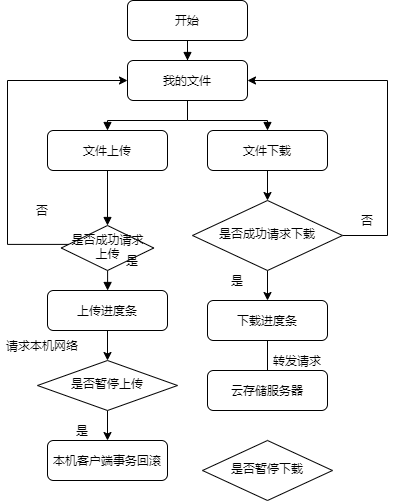
Before: 文件上传下载流程图.png, a diagram exported from draw.io (deepinsea/draw). Source tidied: cells renumbered, new cells last; positions are measured from the earlier drawing's top-left corner, leaving out a move shared by most shapes. The source it was exported from:
```xml
<mxGraphModel>
  <root>
    <mxCell id="0" />
    <mxCell id="1" parent="0" />
    <mxCell id="2" style="edgeStyle=orthogonalEdgeStyle;rounded=0;jettySize=auto;html=1;entryX=0.5;entryY=0;entryDx=0;entryDy=0;endArrow=block;endFill=1;" parent="1" edge="1" source="6" target="15">
      <mxGeometry relative="1" as="geometry" />
    </mxCell>
    <mxCell id="3" style="edgeStyle=orthogonalEdgeStyle;rounded=0;jettySize=auto;html=1;entryX=0.5;entryY=0;entryDx=0;entryDy=0;endArrow=block;endFill=1;" parent="1" edge="1" source="6" target="8">
      <mxGeometry relative="1" as="geometry" />
    </mxCell>
    <mxCell id="4" style="edgeStyle=orthogonalEdgeStyle;rounded=0;jettySize=auto;html=1;endArrow=none;endFill=0;startArrow=classic;startFill=1;" parent="1" edge="1" source="6">
      <mxGeometry relative="1" as="geometry">
        <mxPoint x="2" y="80" as="targetPoint" />
      </mxGeometry>
    </mxCell>
    <mxCell id="5" style="edgeStyle=orthogonalEdgeStyle;rounded=0;jettySize=auto;html=1;startArrow=classic;startFill=1;endArrow=none;endFill=0;" parent="1" edge="1" source="6">
      <mxGeometry relative="1" as="geometry">
        <mxPoint x="382" y="80" as="targetPoint" />
      </mxGeometry>
    </mxCell>
    <mxCell id="6" value="我的文件" style="rounded=1;whiteSpace=wrap;html=1;fontSize=12;glass=0;strokeWidth=1;shadow=0;" parent="1" vertex="1">
      <mxGeometry x="122" y="60" width="120" height="40" as="geometry" />
    </mxCell>
    <mxCell id="7" style="edgeStyle=orthogonalEdgeStyle;rounded=0;jettySize=auto;html=1;entryX=0.5;entryY=0;entryDx=0;entryDy=0;startArrow=none;startFill=0;endArrow=classic;endFill=1;" parent="1" edge="1" source="8" target="22">
      <mxGeometry relative="1" as="geometry" />
    </mxCell>
    <mxCell id="8" value="文件下载" style="rounded=1;whiteSpace=wrap;html=1;fontSize=12;glass=0;strokeWidth=1;shadow=0;" parent="1" vertex="1">
      <mxGeometry x="202" y="130" width="120" height="40" as="geometry" />
    </mxCell>
    <mxCell id="9" style="edgeStyle=orthogonalEdgeStyle;rounded=0;jettySize=auto;html=1;entryX=0.5;entryY=0;entryDx=0;entryDy=0;endArrow=block;endFill=1;" parent="1" edge="1" source="10" target="12">
      <mxGeometry relative="1" as="geometry" />
    </mxCell>
    <mxCell id="10" value="是否成功请求上传" style="rhombus;whiteSpace=wrap;html=1;shadow=0;fontFamily=Helvetica;fontSize=12;align=center;strokeWidth=1;spacing=6;spacingTop=-4;" parent="1" vertex="1">
      <mxGeometry x="55.8" y="225" width="92.5" height="45" as="geometry" />
    </mxCell>
    <mxCell id="11" style="edgeStyle=orthogonalEdgeStyle;rounded=0;jettySize=auto;html=1;entryX=0.5;entryY=0;entryDx=0;entryDy=0;" parent="1" edge="1" source="12">
      <mxGeometry relative="1" as="geometry">
        <mxPoint x="102" y="360" as="targetPoint" />
      </mxGeometry>
    </mxCell>
    <mxCell id="12" value="上传进度条" style="rounded=1;whiteSpace=wrap;html=1;fontSize=12;glass=0;strokeWidth=1;shadow=0;" parent="1" vertex="1">
      <mxGeometry x="42" y="290" width="120" height="40" as="geometry" />
    </mxCell>
    <mxCell id="13" style="edgeStyle=orthogonalEdgeStyle;rounded=0;jettySize=auto;html=1;entryX=0.5;entryY=0;entryDx=0;entryDy=0;endArrow=block;endFill=1;" parent="1" edge="1" source="15" target="10">
      <mxGeometry relative="1" as="geometry" />
    </mxCell>
    <mxCell id="14" style="edgeStyle=orthogonalEdgeStyle;rounded=0;jettySize=auto;html=1;endArrow=none;endFill=0;exitX=0.078;exitY=0.42;exitDx=0;exitDy=0;exitPerimeter=0;" parent="1" edge="1" source="10">
      <mxGeometry relative="1" as="geometry">
        <mxPoint x="2" y="80" as="targetPoint" />
      </mxGeometry>
    </mxCell>
    <mxCell id="15" value="文件上传" style="rounded=1;whiteSpace=wrap;html=1;fontSize=12;glass=0;strokeWidth=1;shadow=0;" parent="1" vertex="1">
      <mxGeometry x="42" y="130" width="120" height="40" as="geometry" />
    </mxCell>
    <mxCell id="16" style="edgeStyle=orthogonalEdgeStyle;rounded=0;jettySize=auto;html=1;entryX=0.5;entryY=0;entryDx=0;entryDy=0;endArrow=block;endFill=1;" parent="1" edge="1" source="17" target="6">
      <mxGeometry relative="1" as="geometry" />
    </mxCell>
    <mxCell id="17" value="开始" style="rounded=1;whiteSpace=wrap;html=1;fontSize=12;glass=0;strokeWidth=1;shadow=0;" parent="1" vertex="1">
      <mxGeometry x="122" width="120" height="40" as="geometry" />
    </mxCell>
    <mxCell id="18" value="是" style="text;html=1;strokeColor=none;fillColor=none;align=center;verticalAlign=middle;whiteSpace=wrap;rounded=0;" parent="1" vertex="1">
      <mxGeometry x="107" y="250" width="40" height="20" as="geometry" />
    </mxCell>
    <mxCell id="19" value="否" style="text;html=1;strokeColor=none;fillColor=none;align=center;verticalAlign=middle;whiteSpace=wrap;rounded=0;" parent="1" vertex="1">
      <mxGeometry x="17" y="200" width="40" height="20" as="geometry" />
    </mxCell>
    <mxCell id="20" style="edgeStyle=orthogonalEdgeStyle;rounded=0;jettySize=auto;html=1;startArrow=none;startFill=0;endArrow=none;endFill=0;" parent="1" edge="1" source="22">
      <mxGeometry relative="1" as="geometry">
        <mxPoint x="382" y="80" as="targetPoint" />
      </mxGeometry>
    </mxCell>
    <mxCell id="21" style="edgeStyle=orthogonalEdgeStyle;rounded=0;jettySize=auto;html=1;entryX=0.5;entryY=0;entryDx=0;entryDy=0;startArrow=none;startFill=0;endArrow=classic;endFill=1;" parent="1" edge="1" source="22" target="26">
      <mxGeometry relative="1" as="geometry" />
    </mxCell>
    <mxCell id="22" value="是否成功请求下载" style="rhombus;whiteSpace=wrap;html=1;shadow=0;fontFamily=Helvetica;fontSize=12;align=center;strokeWidth=1;spacing=6;spacingTop=-4;" parent="1" vertex="1">
      <mxGeometry x="187" y="200" width="150" height="70" as="geometry" />
    </mxCell>
    <mxCell id="23" value="否" style="text;html=1;strokeColor=none;fillColor=none;align=center;verticalAlign=middle;whiteSpace=wrap;rounded=0;" parent="1" vertex="1">
      <mxGeometry x="342" y="210" width="40" height="20" as="geometry" />
    </mxCell>
    <mxCell id="24" value="是" style="text;html=1;strokeColor=none;fillColor=none;align=center;verticalAlign=middle;whiteSpace=wrap;rounded=0;" parent="1" vertex="1">
      <mxGeometry x="212" y="270" width="40" height="20" as="geometry" />
    </mxCell>
    <mxCell id="25" style="edgeStyle=orthogonalEdgeStyle;rounded=0;jettySize=auto;html=1;startArrow=none;startFill=0;endArrow=classic;endFill=1;" parent="1" edge="1" source="26">
      <mxGeometry relative="1" as="geometry">
        <mxPoint x="262" y="380" as="targetPoint" />
      </mxGeometry>
    </mxCell>
    <mxCell id="26" value="下载进度条" style="rounded=1;whiteSpace=wrap;html=1;fontSize=12;glass=0;strokeWidth=1;shadow=0;" parent="1" vertex="1">
      <mxGeometry x="202" y="300" width="120" height="40" as="geometry" />
    </mxCell>
    <mxCell id="27" value="云存储服务器" style="rounded=1;whiteSpace=wrap;html=1;fontSize=12;glass=0;strokeWidth=1;shadow=0;" parent="1" vertex="1">
      <mxGeometry x="202" y="370" width="120" height="40" as="geometry" />
    </mxCell>
    <mxCell id="28" value="转发请求" style="text;html=1;strokeColor=none;fillColor=none;align=center;verticalAlign=middle;whiteSpace=wrap;rounded=0;" parent="1" vertex="1">
      <mxGeometry x="262" y="350" width="60" height="20" as="geometry" />
    </mxCell>
    <mxCell id="29" value="请求本机网络" style="text;html=1;strokeColor=none;fillColor=none;align=center;verticalAlign=middle;whiteSpace=wrap;rounded=0;" parent="1" vertex="1">
      <mxGeometry y="330" width="74" height="30" as="geometry" />
    </mxCell>
    <mxCell id="30" style="edgeStyle=orthogonalEdgeStyle;rounded=0;jettySize=auto;html=1;entryX=0.5;entryY=0;entryDx=0;entryDy=0;" parent="1" edge="1" source="31" target="33">
      <mxGeometry relative="1" as="geometry" />
    </mxCell>
    <mxCell id="31" value="是否暂停上传" style="rhombus;whiteSpace=wrap;html=1;shadow=0;fontFamily=Helvetica;fontSize=12;align=center;strokeWidth=1;spacing=6;spacingTop=-4;" parent="1" vertex="1">
      <mxGeometry x="32" y="360" width="140" height="50" as="geometry" />
    </mxCell>
    <mxCell id="32" value="是否暂停下载" style="rhombus;whiteSpace=wrap;html=1;shadow=0;fontFamily=Helvetica;fontSize=12;align=center;strokeWidth=1;spacing=6;spacingTop=-4;" parent="1" vertex="1">
      <mxGeometry x="197" y="440" width="130" height="60" as="geometry" />
    </mxCell>
    <mxCell id="33" value="本机客户端事务回滚" style="rounded=1;whiteSpace=wrap;html=1;fontSize=12;glass=0;strokeWidth=1;shadow=0;" parent="1" vertex="1">
      <mxGeometry x="42" y="440" width="120" height="40" as="geometry" />
    </mxCell>
    <mxCell id="34" value="是" style="text;html=1;strokeColor=none;fillColor=none;align=center;verticalAlign=middle;whiteSpace=wrap;rounded=0;" parent="1" vertex="1">
      <mxGeometry x="57" y="420" width="40" height="20" as="geometry" />
    </mxCell>
  </root>
</mxGraphModel>
```
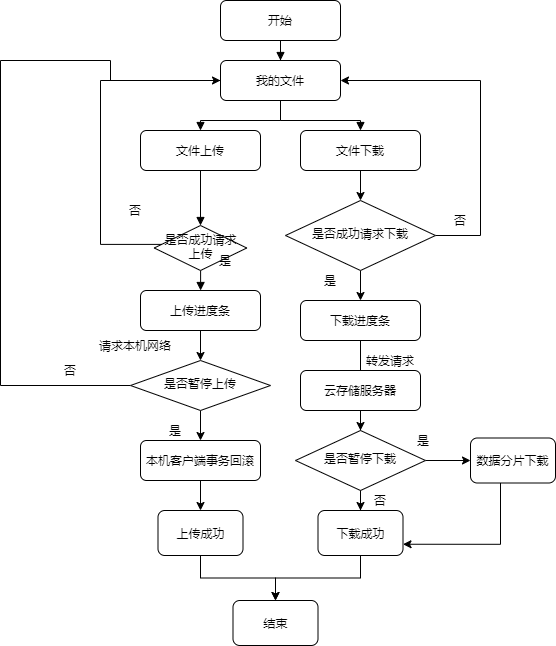
After the commit.

Commit message:
更新文件上传下载流程图.png

The edit, as a diff of the source:
```diff
@@ -18,6 +18,11 @@
         <mxPoint x="382" y="80" as="targetPoint" />
       </mxGeometry>
     </mxCell>
+    <mxCell id="35" style="edgeStyle=orthogonalEdgeStyle;rounded=0;jettySize=auto;html=1;endArrow=none;endFill=0;" parent="1" edge="1" source="6">
+      <mxGeometry relative="1" as="geometry">
+        <mxPoint x="-98" y="60" as="targetPoint" />
+      </mxGeometry>
+    </mxCell>
     <mxCell id="6" value="我的文件" style="rounded=1;whiteSpace=wrap;html=1;fontSize=12;glass=0;strokeWidth=1;shadow=0;" parent="1" vertex="1">
       <mxGeometry x="122" y="60" width="120" height="40" as="geometry" />
     </mxCell>
@@ -89,6 +94,9 @@
     <mxCell id="26" value="下载进度条" style="rounded=1;whiteSpace=wrap;html=1;fontSize=12;glass=0;strokeWidth=1;shadow=0;" parent="1" vertex="1">
       <mxGeometry x="202" y="300" width="120" height="40" as="geometry" />
     </mxCell>
+    <mxCell id="36" style="edgeStyle=orthogonalEdgeStyle;rounded=0;jettySize=auto;html=1;entryX=0.5;entryY=0;entryDx=0;entryDy=0;endArrow=classic;endFill=1;" parent="1" edge="1" source="27" target="32">
+      <mxGeometry relative="1" as="geometry" />
+    </mxCell>
     <mxCell id="27" value="云存储服务器" style="rounded=1;whiteSpace=wrap;html=1;fontSize=12;glass=0;strokeWidth=1;shadow=0;" parent="1" vertex="1">
       <mxGeometry x="202" y="370" width="120" height="40" as="geometry" />
     </mxCell>
@@ -101,17 +109,65 @@
     <mxCell id="30" style="edgeStyle=orthogonalEdgeStyle;rounded=0;jettySize=auto;html=1;entryX=0.5;entryY=0;entryDx=0;entryDy=0;" parent="1" edge="1" source="31" target="33">
       <mxGeometry relative="1" as="geometry" />
     </mxCell>
+    <mxCell id="37" style="edgeStyle=orthogonalEdgeStyle;rounded=0;jettySize=auto;html=1;endArrow=none;endFill=0;" parent="1" edge="1" source="31">
+      <mxGeometry relative="1" as="geometry">
+        <mxPoint x="-98" y="60" as="targetPoint" />
+      </mxGeometry>
+    </mxCell>
     <mxCell id="31" value="是否暂停上传" style="rhombus;whiteSpace=wrap;html=1;shadow=0;fontFamily=Helvetica;fontSize=12;align=center;strokeWidth=1;spacing=6;spacingTop=-4;" parent="1" vertex="1">
       <mxGeometry x="32" y="360" width="140" height="50" as="geometry" />
     </mxCell>
+    <mxCell id="38" style="edgeStyle=orthogonalEdgeStyle;rounded=0;jettySize=auto;html=1;entryX=0.5;entryY=0;entryDx=0;entryDy=0;endArrow=classic;endFill=1;" parent="1" edge="1" source="32" target="42">
+      <mxGeometry relative="1" as="geometry" />
+    </mxCell>
+    <mxCell id="39" style="edgeStyle=orthogonalEdgeStyle;rounded=0;jettySize=auto;html=1;entryX=0;entryY=0.5;entryDx=0;entryDy=0;endArrow=classic;endFill=1;" parent="1" edge="1" source="32" target="48">
+      <mxGeometry relative="1" as="geometry" />
+    </mxCell>
     <mxCell id="32" value="是否暂停下载" style="rhombus;whiteSpace=wrap;html=1;shadow=0;fontFamily=Helvetica;fontSize=12;align=center;strokeWidth=1;spacing=6;spacingTop=-4;" parent="1" vertex="1">
-      <mxGeometry x="197" y="440" width="130" height="60" as="geometry" />
+      <mxGeometry x="197" y="430" width="130" height="60" as="geometry" />
     </mxCell>
+    <mxCell id="40" style="edgeStyle=orthogonalEdgeStyle;rounded=0;jettySize=auto;html=1;entryX=0.5;entryY=0;entryDx=0;entryDy=0;endArrow=classic;endFill=1;" parent="1" edge="1" source="33" target="44">
+      <mxGeometry relative="1" as="geometry" />
+    </mxCell>
     <mxCell id="33" value="本机客户端事务回滚" style="rounded=1;whiteSpace=wrap;html=1;fontSize=12;glass=0;strokeWidth=1;shadow=0;" parent="1" vertex="1">
       <mxGeometry x="42" y="440" width="120" height="40" as="geometry" />
     </mxCell>
     <mxCell id="34" value="是" style="text;html=1;strokeColor=none;fillColor=none;align=center;verticalAlign=middle;whiteSpace=wrap;rounded=0;" parent="1" vertex="1">
       <mxGeometry x="57" y="420" width="40" height="20" as="geometry" />
     </mxCell>
+    <mxCell id="41" style="edgeStyle=orthogonalEdgeStyle;rounded=0;jettySize=auto;html=1;entryX=0.5;entryY=0;entryDx=0;entryDy=0;endArrow=classic;endFill=1;" parent="1" edge="1" source="42" target="50">
+      <mxGeometry relative="1" as="geometry" />
+    </mxCell>
+    <mxCell id="42" value="下载成功" style="rounded=1;whiteSpace=wrap;html=1;fontSize=12;glass=0;strokeWidth=1;shadow=0;" parent="1" vertex="1">
+      <mxGeometry x="219.5" y="510" width="85" height="45" as="geometry" />
+    </mxCell>
+    <mxCell id="43" style="edgeStyle=orthogonalEdgeStyle;rounded=0;jettySize=auto;html=1;endArrow=classic;endFill=1;" parent="1" edge="1" source="44" target="50">
+      <mxGeometry relative="1" as="geometry" />
+    </mxCell>
+    <mxCell id="44" value="上传成功" style="rounded=1;whiteSpace=wrap;html=1;fontSize=12;glass=0;strokeWidth=1;shadow=0;" parent="1" vertex="1">
+      <mxGeometry x="59.5" y="510" width="85" height="45" as="geometry" />
+    </mxCell>
+    <mxCell id="45" value="否" style="text;html=1;strokeColor=none;fillColor=none;align=center;verticalAlign=middle;whiteSpace=wrap;rounded=0;" parent="1" vertex="1">
+      <mxGeometry x="-48" y="360" width="40" height="20" as="geometry" />
+    </mxCell>
+    <mxCell id="46" value="是" style="text;html=1;strokeColor=none;fillColor=none;align=center;verticalAlign=middle;whiteSpace=wrap;rounded=0;" parent="1" vertex="1">
+      <mxGeometry x="304.5" y="430" width="40" height="20" as="geometry" />
+    </mxCell>
+    <mxCell id="47" style="edgeStyle=orthogonalEdgeStyle;rounded=0;jettySize=auto;html=1;entryX=1;entryY=0.75;entryDx=0;entryDy=0;endArrow=classic;endFill=1;" parent="1" edge="1" source="48" target="42">
+      <mxGeometry relative="1" as="geometry">
+        <Array as="points">
+          <mxPoint x="402" y="544" />
+        </Array>
+      </mxGeometry>
+    </mxCell>
+    <mxCell id="48" value="数据分片下载" style="rounded=1;whiteSpace=wrap;html=1;fontSize=12;glass=0;strokeWidth=1;shadow=0;" parent="1" vertex="1">
+      <mxGeometry x="372" y="437.5" width="85" height="45" as="geometry" />
+    </mxCell>
+    <mxCell id="49" value="否" style="text;html=1;strokeColor=none;fillColor=none;align=center;verticalAlign=middle;whiteSpace=wrap;rounded=0;" parent="1" vertex="1">
+      <mxGeometry x="262" y="490" width="40" height="20" as="geometry" />
+    </mxCell>
+    <mxCell id="50" value="结束" style="rounded=1;whiteSpace=wrap;html=1;fontSize=12;glass=0;strokeWidth=1;shadow=0;" parent="1" vertex="1">
+      <mxGeometry x="134.5" y="600" width="85" height="45" as="geometry" />
+    </mxCell>
   </root>
 </mxGraphModel>
```
